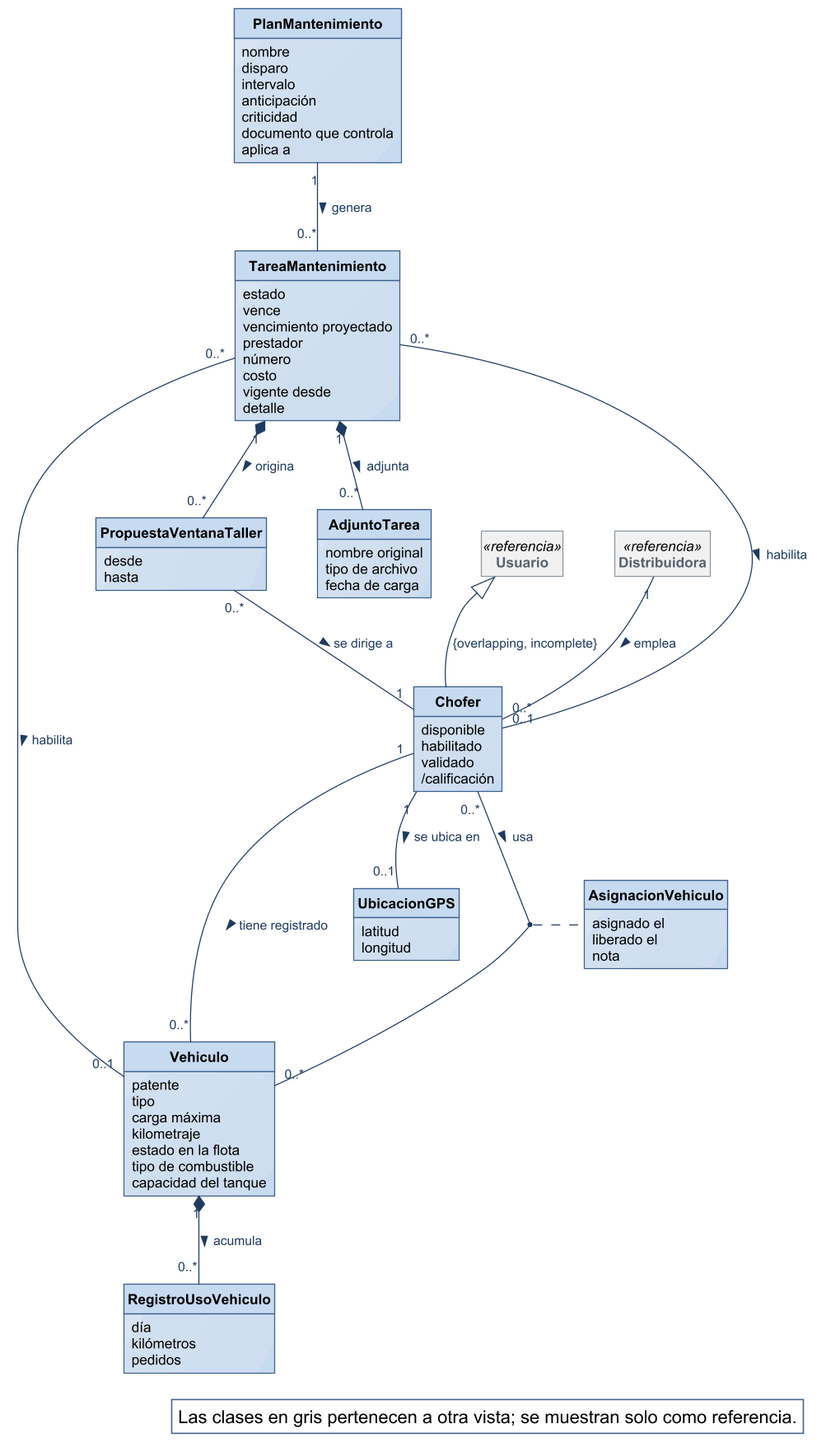
Before: diagramas/modelo-conceptual/MC_Flota.png, a diagram exported from PlantUML (Nahuelito-Dev/splg-docs).
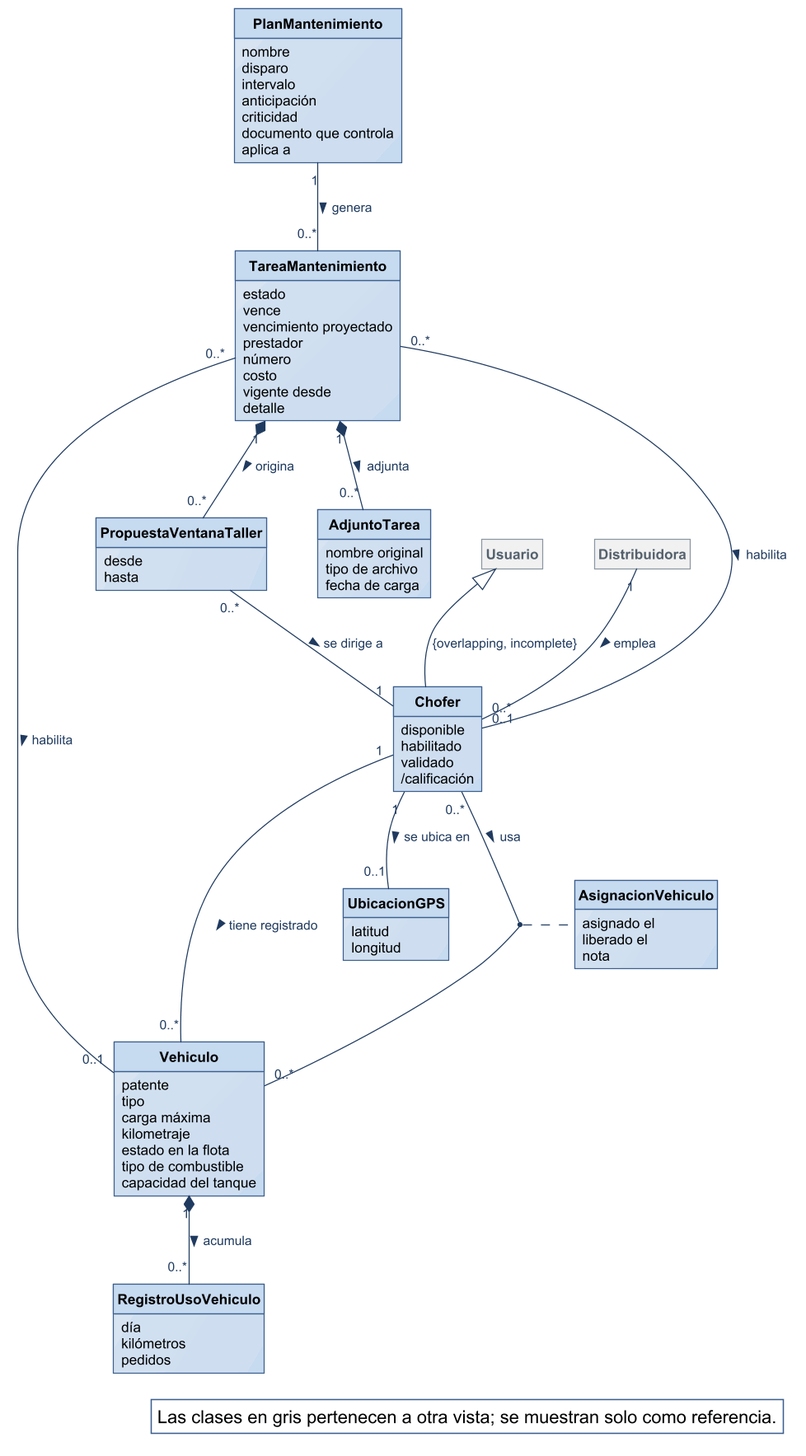
Above is the later version.

Change to the diagram source:
```diff
@@ -2,11 +2,6 @@
 !include ../estilo-vp.iuml
 skinparam nodesep 40
 skinparam ranksep 55
-skinparam class<<referencia>> {
-  BackgroundColor #F1F1F1
-  BorderColor #8A97A3
-  FontColor #55616C
-}
 skinparam packageStyle rectangle
 hide circle
 hide methods
@@ -69,8 +64,8 @@
   kilómetros
   pedidos
 }
-class Usuario <<referencia>>
-class Distribuidora <<referencia>>
+class Usuario #F1F1F1;line:8A97A3;text:55616C
+class Distribuidora #F1F1F1;line:8A97A3;text:55616C
 
 Usuario <|-- Chofer : {overlapping, incomplete}
 
```
